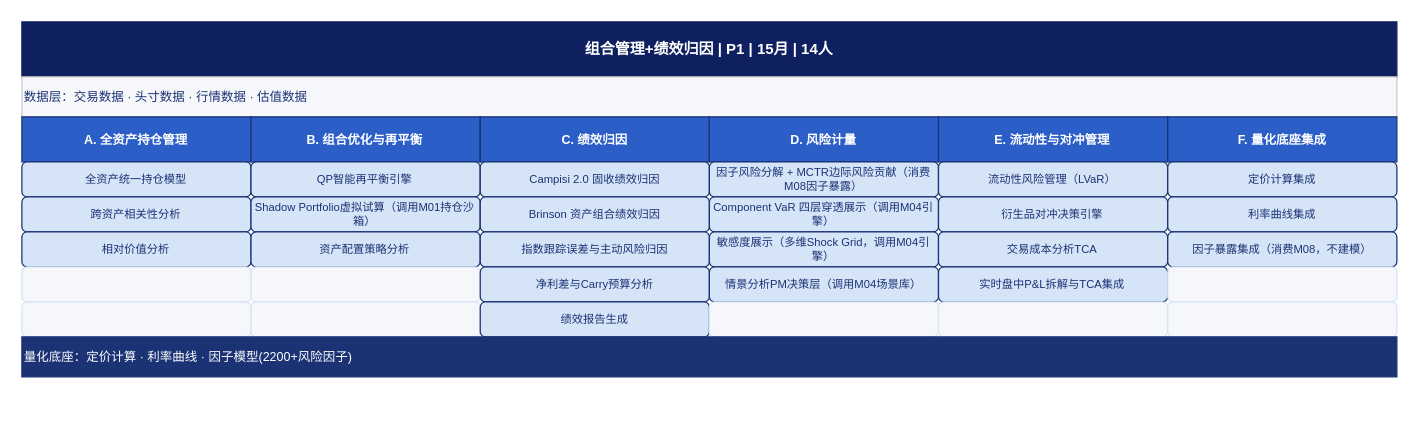
BellyFish99/ficc-projDocs keeps this draw.io diagram as Feasibility_analysis/drawio/detail_07_组合管理+绩效归因.drawio. Above is the earlier version. Source tidied: cells renumbered, new cells numbered last; positions are measured from the earlier drawing's top-left corner, leaving out a move shared by most shapes. Both pictures are drawn from the tidied source at 125%, with x=0, y=0 at pixel (21, 21).
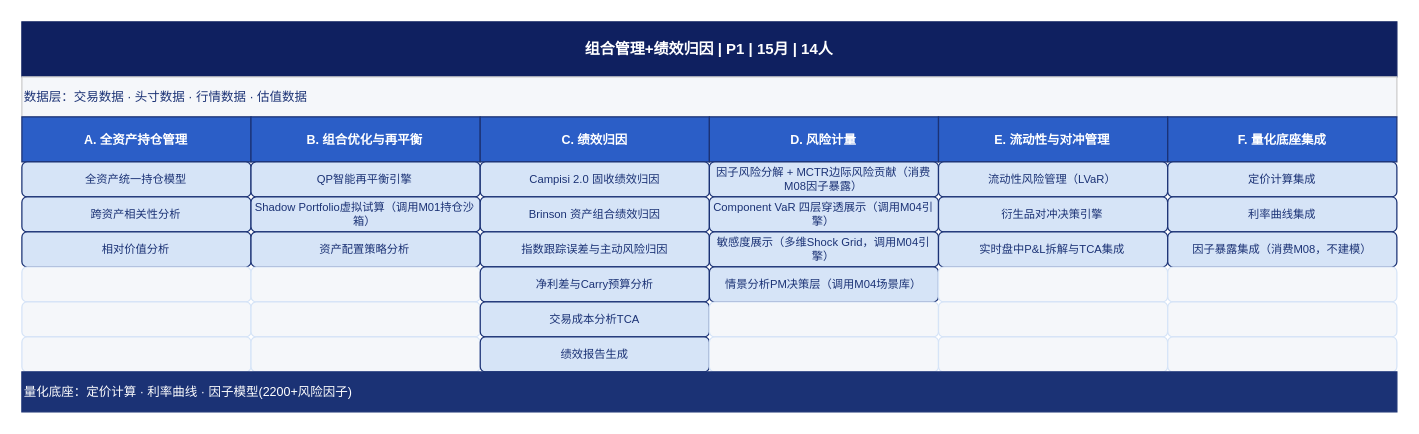
The same diagram, later.

What changed in the source:
```diff
@@
-    <mxCell id="26" value="交易成本分析TCA" style="rounded=1;whiteSpace=wrap;html=1;fillColor=#D6E4F7;fontColor=#1B3275;strokeColor=#1B3275;fontSize=9;align=center;verticalAlign=middle;" parent="1" vertex="1">
+    <mxCell id="26" value="实时盘中P&amp;L拆解与TCA集成" style="rounded=1;whiteSpace=wrap;html=1;fillColor=#D6E4F7;fontColor=#1B3275;strokeColor=#1B3275;fontSize=9;align=center;verticalAlign=middle;" parent="1" vertex="1">
       <mxGeometry x="733.3" y="168" width="183.3" height="28" as="geometry" />
     </mxCell>
@@
-    <mxCell id="32" value="实时盘中P&amp;L拆解与TCA集成" style="rounded=1;whiteSpace=wrap;html=1;fillColor=#D6E4F7;fontColor=#1B3275;strokeColor=#1B3275;fontSize=9;align=center;verticalAlign=middle;" parent="1" vertex="1">
+    <mxCell id="32" style="rounded=1;whiteSpace=wrap;html=1;fillColor=#F5F7FA;fontColor=#F5F7FA;strokeColor=#D6E4F7;fontSize=9;" parent="1" vertex="1">
       <mxGeometry x="733.3" y="196" width="183.3" height="28" as="geometry" />
     </mxCell>
@@
-    <mxCell id="36" value="绩效报告生成" style="rounded=1;whiteSpace=wrap;html=1;fillColor=#D6E4F7;fontColor=#1B3275;strokeColor=#1B3275;fontSize=9;align=center;verticalAlign=middle;" parent="1" vertex="1">
+    <mxCell id="36" value="交易成本分析TCA" style="rounded=1;whiteSpace=wrap;html=1;fillColor=#D6E4F7;fontColor=#1B3275;strokeColor=#1B3275;fontSize=9;align=center;verticalAlign=middle;" parent="1" vertex="1">
       <mxGeometry x="366.7" y="224" width="183.3" height="28" as="geometry" />
     </mxCell>
@@
-    <mxCell id="40" value="量化底座：定价计算 · 利率曲线 · 因子模型(2200+风险因子)" style="rounded=0;whiteSpace=wrap;html=1;fillColor=#1B3275;fontColor=#FFFFFF;strokeColor=#1B3275;fontSize=10;align=left;verticalAlign=middle;" parent="1" vertex="1">
-      <mxGeometry y="252" width="1100" height="32" as="geometry" />
+    <mxCell id="40" style="rounded=1;whiteSpace=wrap;html=1;fillColor=#F5F7FA;fontColor=#F5F7FA;strokeColor=#D6E4F7;fontSize=9;" parent="1" vertex="1">
+      <mxGeometry y="252" width="183.3" height="28" as="geometry" />
     </mxCell>
+    <mxCell id="41" style="rounded=1;whiteSpace=wrap;html=1;fillColor=#F5F7FA;fontColor=#F5F7FA;strokeColor=#D6E4F7;fontSize=9;" parent="1" vertex="1">
+      <mxGeometry x="183.3" y="252" width="183.3" height="28" as="geometry" />
+    </mxCell>
+    <mxCell id="42" value="绩效报告生成" style="rounded=1;whiteSpace=wrap;html=1;fillColor=#D6E4F7;fontColor=#1B3275;strokeColor=#1B3275;fontSize=9;align=center;verticalAlign=middle;" parent="1" vertex="1">
+      <mxGeometry x="366.7" y="252" width="183.3" height="28" as="geometry" />
+    </mxCell>
+    <mxCell id="43" style="rounded=1;whiteSpace=wrap;html=1;fillColor=#F5F7FA;fontColor=#F5F7FA;strokeColor=#D6E4F7;fontSize=9;" parent="1" vertex="1">
+      <mxGeometry x="550" y="252" width="183.3" height="28" as="geometry" />
+    </mxCell>
+    <mxCell id="44" style="rounded=1;whiteSpace=wrap;html=1;fillColor=#F5F7FA;fontColor=#F5F7FA;strokeColor=#D6E4F7;fontSize=9;" parent="1" vertex="1">
+      <mxGeometry x="733.3" y="252" width="183.3" height="28" as="geometry" />
+    </mxCell>
+    <mxCell id="45" style="rounded=1;whiteSpace=wrap;html=1;fillColor=#F5F7FA;fontColor=#F5F7FA;strokeColor=#D6E4F7;fontSize=9;" parent="1" vertex="1">
+      <mxGeometry x="916.7" y="252" width="183.3" height="28" as="geometry" />
+    </mxCell>
+    <mxCell id="46" value="量化底座：定价计算 · 利率曲线 · 因子模型(2200+风险因子)" style="rounded=0;whiteSpace=wrap;html=1;fillColor=#1B3275;fontColor=#FFFFFF;strokeColor=#1B3275;fontSize=10;align=left;verticalAlign=middle;" parent="1" vertex="1">
+      <mxGeometry y="280" width="1100" height="32" as="geometry" />
+    </mxCell>
```
